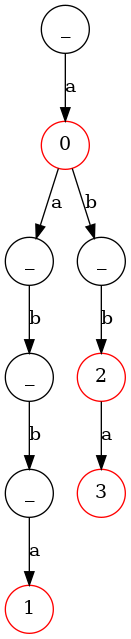
The Graphviz diagram graph.png in 1mchlkrpch/algo, before a commit. Its source is kept beside it as graph.dot.
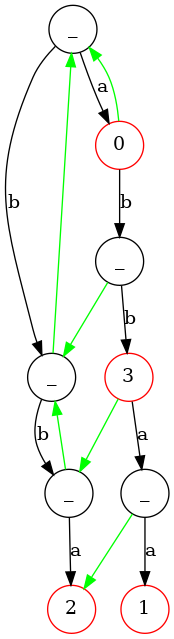
The same file after the commit.

Diff of the diagram source:
```diff
@@ -1,19 +1,25 @@
 digraph G{
-	94383135231680[shape=circle label=_]
-	94383135232048[shape=circle color=red label=0]
-	94383135231680->94383135232048 [label=a]
-	94383135232416[shape=circle label=_]
-	94383135232048->94383135232416 [label=a]
-	94383135233744[shape=circle label=_]
-	94383135232048->94383135233744 [label=b]
-	94383135232720[shape=circle label=_]
-	94383135232416->94383135232720 [label=b]
-	94383135234048[shape=circle color=red label=2]
-	94383135233744->94383135234048 [label=b]
-	94383135233024[shape=circle label=_]
-	94383135232720->94383135233024 [label=b]
-	94383135234384[shape=circle color=red label=3]
-	94383135234048->94383135234384 [label=a]
-	94383135233360[shape=circle color=red label=1]
-	94383135233024->94383135233360 [label=a]
+	94018672672448[shape=circle label=_]
+	94018672673008[shape=circle color=red label=0]
+	94018672672448->94018672673008 [label=a]
+	94018672675808[shape=circle label=_]
+	94018672672448->94018672675808 [label=b]
+	94018672673568[shape=circle label=_]
+	94018672673008->94018672673568 [label=b]
+	94018672673008->94018672672448 [color=green]
+	94018672676368[shape=circle label=_]
+	94018672675808->94018672676368 [label=b]
+	94018672675808->94018672672448 [color=green]
+	94018672674128[shape=circle color=red label=3]
+	94018672673568->94018672674128 [label=b]
+	94018672673568->94018672675808 [color=green]
+	94018672676928[shape=circle color=red label=2]
+	94018672676368->94018672676928 [label=a]
+	94018672676368->94018672675808 [color=green]
+	94018672674688[shape=circle label=_]
+	94018672674128->94018672674688 [label=a]
+	94018672674128->94018672676368 [color=green]
+	94018672675248[shape=circle color=red label=1]
+	94018672674688->94018672675248 [label=a]
+	94018672674688->94018672676928 [color=green]
 }
```
